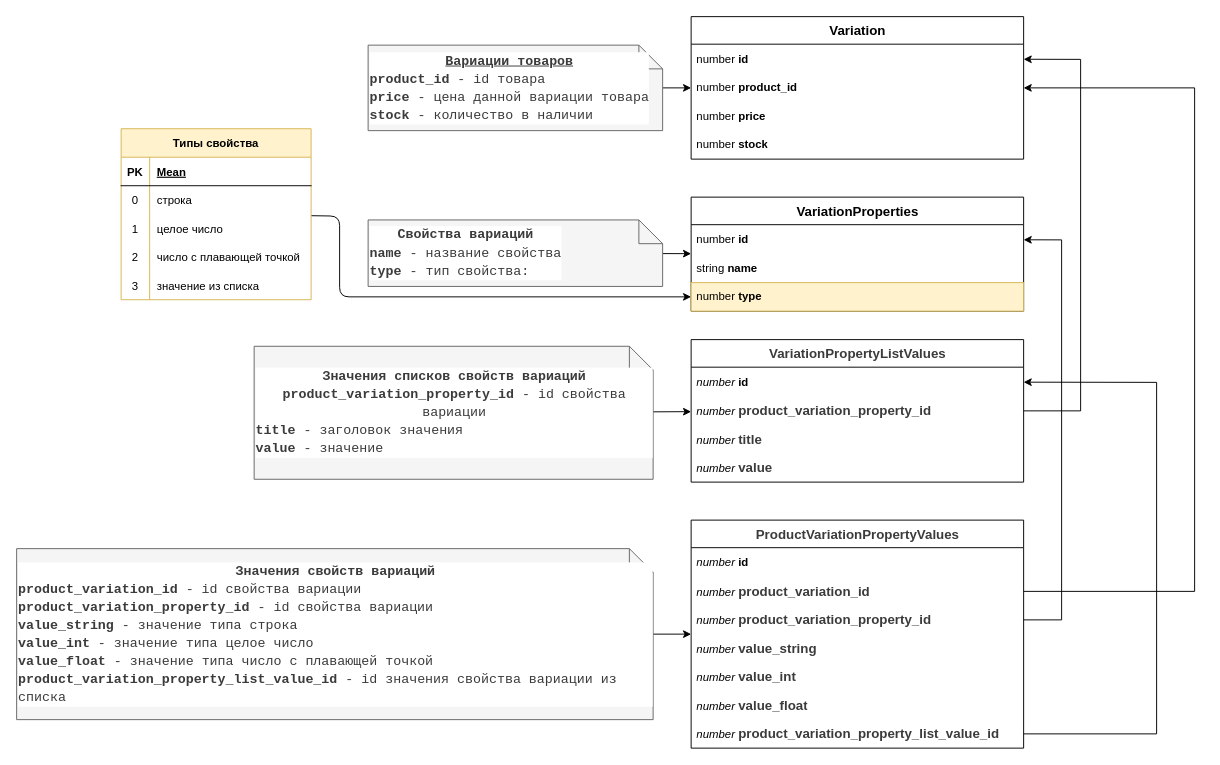
Above: api.drawio in paveltretyakovru/test-r-orm (draw.io), before the change. Source tidied: cells renumbered, new cells numbered last; positions are measured from the earlier drawing's top-left corner, leaving out a move shared by most shapes. Both pictures are drawn from the tidied source at 95%, with x=0, y=0 at pixel (16, 16).
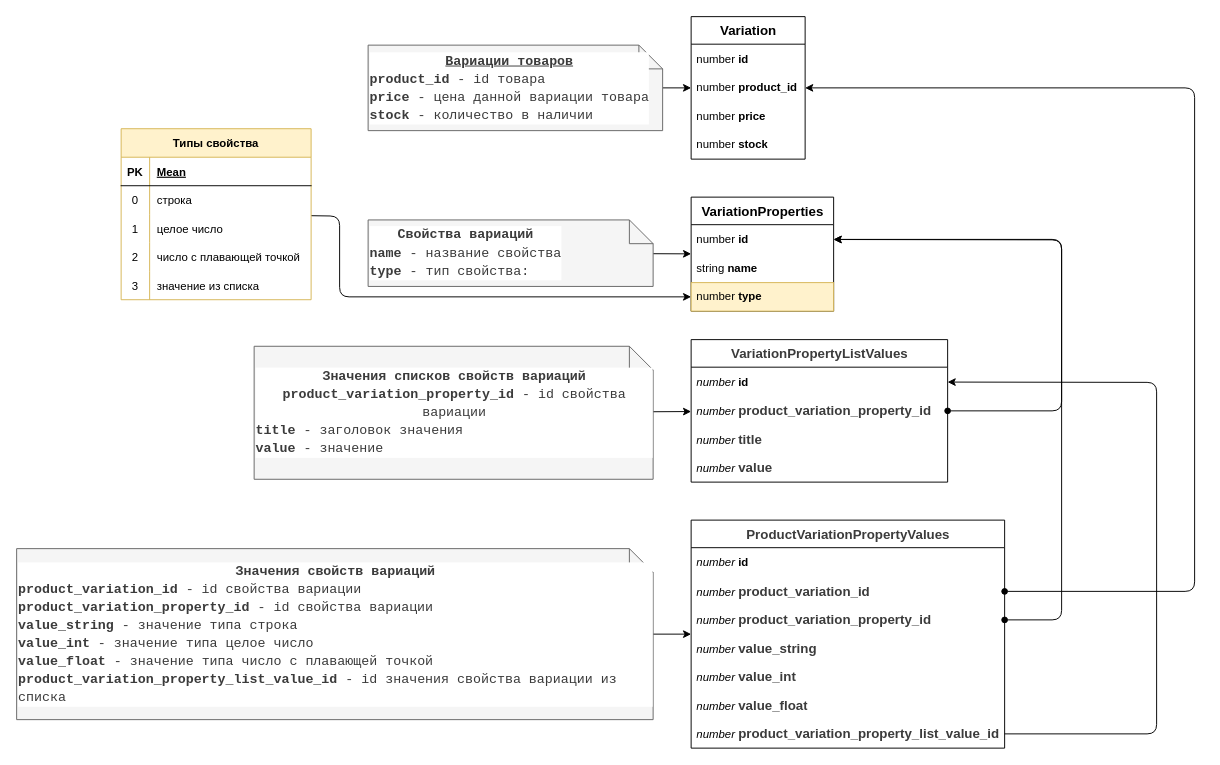
The same diagram, later.

Commit message (it also covers changes not shown here):
Обновлены uml схемы api

The edit, as a diff of the source:
```diff
@@
     <mxCell id="2" value="&lt;font style=&quot;font-size: 14px;&quot;&gt;Variation&lt;/font&gt;" style="swimlane;fontStyle=1;align=center;verticalAlign=middle;horizontal=1;startSize=29;html=1;" parent="1" vertex="1">
-      <mxGeometry x="710" width="350" height="150" as="geometry" />
+      <mxGeometry x="710" width="120" height="150" as="geometry" />
     </mxCell>
     <mxCell id="3" value="number &lt;b&gt;id&lt;/b&gt;" style="text;html=1;strokeColor=none;fillColor=none;align=left;verticalAlign=middle;spacingLeft=4;spacingRight=4;overflow=hidden;points=[[0,0.5],[1,0.5]];portConstraint=eastwest;" parent="2" vertex="1">
-      <mxGeometry y="29" width="350" height="31" as="geometry" />
+      <mxGeometry y="29" width="120" height="31" as="geometry" />
     </mxCell>
     <mxCell id="4" value="number &lt;b&gt;product_id&lt;/b&gt;&lt;span style=&quot;background-color: initial;&quot;&gt;&lt;br&gt;&lt;/span&gt;" style="text;html=1;strokeColor=none;fillColor=none;align=left;verticalAlign=middle;spacingLeft=4;spacingRight=4;overflow=hidden;points=[[0,0.5],[1,0.5]];portConstraint=eastwest;" parent="2" vertex="1">
-      <mxGeometry y="60" width="350" height="30" as="geometry" />
+      <mxGeometry y="60" width="120" height="30" as="geometry" />
     </mxCell>
     <mxCell id="5" value="number &lt;b&gt;price&lt;/b&gt;" style="text;html=1;strokeColor=none;fillColor=none;align=left;verticalAlign=middle;spacingLeft=4;spacingRight=4;overflow=hidden;" parent="2" vertex="1">
-      <mxGeometry y="90" width="350" height="30" as="geometry" />
+      <mxGeometry y="90" width="120" height="30" as="geometry" />
     </mxCell>
     <mxCell id="6" value="number &lt;b&gt;stock&lt;/b&gt;" style="text;html=1;strokeColor=none;fillColor=none;align=left;verticalAlign=middle;spacingLeft=4;spacingRight=4;overflow=hidden;" parent="2" vertex="1">
-      <mxGeometry y="120" width="350" height="30" as="geometry" />
+      <mxGeometry y="120" width="120" height="30" as="geometry" />
     </mxCell>
@@
     <mxCell id="9" value="&lt;font style=&quot;font-size: 14px;&quot;&gt;VariationProperties&lt;/font&gt;" style="swimlane;fontStyle=1;align=center;verticalAlign=middle;horizontal=1;startSize=29;html=1;" parent="1" vertex="1">
-      <mxGeometry x="710" y="190" width="350" height="120" as="geometry" />
+      <mxGeometry x="710" y="190" width="150" height="120" as="geometry" />
     </mxCell>
     <mxCell id="10" value="number &lt;b&gt;id&lt;/b&gt;" style="text;html=1;strokeColor=none;fillColor=none;align=left;verticalAlign=middle;spacingLeft=4;spacingRight=4;overflow=hidden;points=[[0,0.5],[1,0.5]];portConstraint=eastwest;" parent="9" vertex="1">
-      <mxGeometry y="29" width="350" height="31" as="geometry" />
+      <mxGeometry y="29" width="150" height="31" as="geometry" />
     </mxCell>
     <mxCell id="11" value="string&amp;nbsp;&lt;b&gt;name&lt;/b&gt;&lt;span style=&quot;background-color: initial;&quot;&gt;&lt;br&gt;&lt;/span&gt;" style="text;html=1;strokeColor=none;fillColor=none;align=left;verticalAlign=middle;spacingLeft=4;spacingRight=4;overflow=hidden;" parent="9" vertex="1">
-      <mxGeometry y="60" width="350" height="30" as="geometry" />
+      <mxGeometry y="60" width="150" height="30" as="geometry" />
     </mxCell>
-    <mxCell id="12" value="number &lt;b&gt;type&lt;/b&gt;" style="text;html=1;strokeColor=#d6b656;fillColor=#fff2cc;align=left;verticalAlign=middle;spacingLeft=4;spacingRight=4;overflow=hidden;points=[[0,0.5],[1,0.5]];portConstraint=eastwest;" parent="9" vertex="1">
-      <mxGeometry y="90" width="350" height="30" as="geometry" />
+    <mxCell id="12" value="&lt;font color=&quot;#000000&quot;&gt;number &lt;b&gt;type&lt;/b&gt;&lt;/font&gt;" style="text;html=1;strokeColor=#d6b656;fillColor=#fff2cc;align=left;verticalAlign=middle;spacingLeft=4;spacingRight=4;overflow=hidden;points=[[0,0.5],[1,0.5]];portConstraint=eastwest;" parent="9" vertex="1">
+      <mxGeometry y="90" width="150" height="30" as="geometry" />
     </mxCell>
@@
     <mxCell id="14" value="&lt;div style=&quot;color: rgb(59, 59, 59); background-color: rgb(255, 255, 255); font-family: Consolas, &amp;quot;Courier New&amp;quot;, monospace; font-size: 14px; line-height: 19px;&quot;&gt;&lt;div&gt;&lt;div style=&quot;text-align: center; line-height: 19px;&quot;&gt;&lt;span style=&quot;text-align: left;&quot;&gt;&lt;b&gt;Свойства вариаций&lt;/b&gt;&lt;/span&gt;&lt;/div&gt;&lt;div style=&quot;text-align: center; line-height: 19px;&quot;&gt;&lt;b style=&quot;text-align: left;&quot;&gt;name &lt;/b&gt;&lt;span style=&quot;text-align: left;&quot;&gt;- название свойства&lt;/span&gt;&lt;br&gt;&lt;/div&gt;&lt;/div&gt;&lt;div style=&quot;&quot;&gt;&lt;div style=&quot;line-height: 19px;&quot;&gt;&lt;div&gt;&lt;b&gt;type &lt;/b&gt;- тип свойства:&lt;/div&gt;&lt;/div&gt;&lt;/div&gt;&lt;/div&gt;" style="shape=note2;boundedLbl=1;whiteSpace=wrap;html=1;size=25;verticalAlign=middle;align=left;fontStyle=0;fillColor=#f5f5f5;fontColor=#333333;strokeColor=#666666;" parent="1" vertex="1">
-      <mxGeometry x="370" y="214" width="310" height="70" as="geometry" />
+      <mxGeometry x="370" y="214" width="300" height="70" as="geometry" />
     </mxCell>
@@
-    <mxCell id="16" value="Типы свойства" style="shape=table;startSize=30;childLayout=tableLayout;rowLines=0;fontStyle=1;align=center;fillColor=#fff2cc;strokeColor=#d6b656;" parent="1" vertex="1">
+    <mxCell id="16" value="Типы свойства" style="shape=table;startSize=30;childLayout=tableLayout;rowLines=0;fontStyle=1;align=center;fillColor=#fff2cc;strokeColor=#d6b656;fontColor=#000000;" parent="1" vertex="1">
       <mxGeometry x="110" y="118" width="200" height="180" as="geometry" />
     </mxCell>
@@
     <mxCell id="32" value="&lt;div style=&quot;color: rgb(59, 59, 59); background-color: rgb(255, 255, 255); font-size: 14px; line-height: 19px;&quot;&gt;VariationPropertyListValues&lt;/div&gt;" style="swimlane;fontStyle=1;align=center;verticalAlign=middle;horizontal=1;startSize=29;html=1;fontFamily=Helvetica;" parent="1" vertex="1">
-      <mxGeometry x="710" y="340" width="350" height="150" as="geometry" />
+      <mxGeometry x="710" y="340" width="270" height="150" as="geometry" />
     </mxCell>
     <mxCell id="33" value="&lt;i&gt;number&lt;/i&gt; &lt;b&gt;id&lt;/b&gt;" style="text;html=1;strokeColor=none;fillColor=none;align=left;verticalAlign=middle;spacingLeft=4;spacingRight=4;overflow=hidden;points=[[0,0.5],[1,0.5]];portConstraint=eastwest;" parent="32" vertex="1">
-      <mxGeometry y="29" width="350" height="31" as="geometry" />
+      <mxGeometry y="29" width="270" height="31" as="geometry" />
     </mxCell>
     <mxCell id="34" value="&lt;i&gt;number&amp;nbsp;&lt;/i&gt;&lt;span style=&quot;background-color: rgb(255, 255, 255); color: rgb(59, 59, 59); font-size: 14px;&quot;&gt;&lt;b&gt;product_variation_property_id&lt;/b&gt;&lt;/span&gt;" style="text;html=1;strokeColor=none;fillColor=none;align=left;verticalAlign=middle;spacingLeft=4;spacingRight=4;overflow=hidden;points=[[0,0.5],[1,0.5]];portConstraint=eastwest;fontFamily=Helvetica;" parent="32" vertex="1">
-      <mxGeometry y="60" width="350" height="30" as="geometry" />
+      <mxGeometry y="60" width="270" height="30" as="geometry" />
     </mxCell>
     <mxCell id="35" value="&lt;i&gt;number&lt;/i&gt;&amp;nbsp;&lt;span style=&quot;background-color: rgb(255, 255, 255); color: rgb(59, 59, 59); font-size: 14px;&quot;&gt;&lt;b style=&quot;&quot;&gt;title&lt;/b&gt;&lt;/span&gt;" style="text;html=1;strokeColor=none;fillColor=none;align=left;verticalAlign=middle;spacingLeft=4;spacingRight=4;overflow=hidden;" parent="32" vertex="1">
-      <mxGeometry y="90" width="350" height="30" as="geometry" />
+      <mxGeometry y="90" width="270" height="30" as="geometry" />
     </mxCell>
     <mxCell id="36" value="&lt;i&gt;number&lt;/i&gt;&amp;nbsp;&lt;span style=&quot;background-color: rgb(255, 255, 255); color: rgb(59, 59, 59); font-size: 14px;&quot;&gt;&lt;b style=&quot;&quot;&gt;value&lt;/b&gt;&lt;/span&gt;" style="text;html=1;strokeColor=none;fillColor=none;align=left;verticalAlign=middle;spacingLeft=4;spacingRight=4;overflow=hidden;" parent="32" vertex="1">
-      <mxGeometry y="120" width="350" height="30" as="geometry" />
+      <mxGeometry y="120" width="270" height="30" as="geometry" />
     </mxCell>
@@
     <mxCell id="39" value="&lt;div style=&quot;color: rgb(59, 59, 59); background-color: rgb(255, 255, 255); font-size: 14px; line-height: 19px;&quot;&gt;&lt;div style=&quot;line-height: 19px;&quot;&gt;&lt;div style=&quot;line-height: 19px;&quot;&gt;ProductVariationPropertyValues&lt;/div&gt;&lt;/div&gt;&lt;/div&gt;" style="swimlane;fontStyle=1;align=center;verticalAlign=middle;horizontal=1;startSize=29;html=1;fontFamily=Helvetica;" parent="1" vertex="1">
-      <mxGeometry x="710" y="530" width="350" height="240" as="geometry" />
+      <mxGeometry x="710" y="530" width="330" height="240" as="geometry" />
     </mxCell>
     <mxCell id="40" value="&lt;i&gt;number&lt;/i&gt; &lt;b&gt;id&lt;/b&gt;" style="text;html=1;strokeColor=none;fillColor=none;align=left;verticalAlign=middle;spacingLeft=4;spacingRight=4;overflow=hidden;" parent="39" vertex="1">
-      <mxGeometry y="29" width="350" height="31" as="geometry" />
+      <mxGeometry y="29" width="330" height="31" as="geometry" />
     </mxCell>
     <mxCell id="41" value="&lt;i&gt;number&amp;nbsp;&lt;/i&gt;&lt;span style=&quot;background-color: rgb(255, 255, 255); color: rgb(59, 59, 59); font-size: 14px;&quot;&gt;&lt;b&gt;product_variation_id&lt;/b&gt;&lt;/span&gt;" style="text;html=1;strokeColor=none;fillColor=none;align=left;verticalAlign=middle;spacingLeft=4;spacingRight=4;overflow=hidden;points=[[0,0.5],[1,0.5]];portConstraint=eastwest;fontFamily=Helvetica;" parent="39" vertex="1">
-      <mxGeometry y="60" width="350" height="30" as="geometry" />
+      <mxGeometry y="60" width="330" height="30" as="geometry" />
     </mxCell>
     <mxCell id="42" value="&lt;i&gt;number&amp;nbsp;&lt;/i&gt;&lt;span style=&quot;background-color: rgb(255, 255, 255); color: rgb(59, 59, 59); font-size: 14px;&quot;&gt;&lt;b&gt;product_variation_property_id&lt;/b&gt;&lt;/span&gt;" style="text;html=1;strokeColor=none;fillColor=none;align=left;verticalAlign=middle;spacingLeft=4;spacingRight=4;overflow=hidden;points=[[0,0.5],[1,0.5]];portConstraint=eastwest;fontFamily=Helvetica;" parent="39" vertex="1">
-      <mxGeometry y="90" width="350" height="30" as="geometry" />
+      <mxGeometry y="90" width="330" height="30" as="geometry" />
     </mxCell>
     <mxCell id="43" value="&lt;i&gt;number&lt;/i&gt;&amp;nbsp;&lt;span style=&quot;background-color: rgb(255, 255, 255); color: rgb(59, 59, 59); font-size: 14px;&quot;&gt;&lt;b style=&quot;&quot;&gt;value_string&lt;/b&gt;&lt;/span&gt;" style="text;html=1;strokeColor=none;fillColor=none;align=left;verticalAlign=middle;spacingLeft=4;spacingRight=4;overflow=hidden;" parent="39" vertex="1">
-      <mxGeometry y="120" width="350" height="30" as="geometry" />
+      <mxGeometry y="120" width="330" height="30" as="geometry" />
     </mxCell>
     <mxCell id="44" value="&lt;i&gt;number&lt;/i&gt;&amp;nbsp;&lt;span style=&quot;background-color: rgb(255, 255, 255); color: rgb(59, 59, 59); font-size: 14px;&quot;&gt;&lt;b style=&quot;&quot;&gt;value_int&lt;/b&gt;&lt;/span&gt;" style="text;html=1;strokeColor=none;fillColor=none;align=left;verticalAlign=middle;spacingLeft=4;spacingRight=4;overflow=hidden;" parent="39" vertex="1">
-      <mxGeometry y="150" width="350" height="30" as="geometry" />
+      <mxGeometry y="150" width="330" height="30" as="geometry" />
     </mxCell>
     <mxCell id="45" value="&lt;i&gt;number&lt;/i&gt;&amp;nbsp;&lt;span style=&quot;background-color: rgb(255, 255, 255); color: rgb(59, 59, 59); font-size: 14px;&quot;&gt;&lt;b style=&quot;&quot;&gt;value_float&lt;/b&gt;&lt;/span&gt;" style="text;html=1;strokeColor=none;fillColor=none;align=left;verticalAlign=middle;spacingLeft=4;spacingRight=4;overflow=hidden;" parent="39" vertex="1">
-      <mxGeometry y="180" width="350" height="30" as="geometry" />
+      <mxGeometry y="180" width="330" height="30" as="geometry" />
     </mxCell>
     <mxCell id="46" value="&lt;i&gt;number&lt;/i&gt;&amp;nbsp;&lt;span style=&quot;background-color: rgb(255, 255, 255); color: rgb(59, 59, 59); font-size: 14px;&quot;&gt;&lt;b&gt;product_variation_property_list_value_id&lt;/b&gt;&lt;/span&gt;" style="text;html=1;strokeColor=none;fillColor=none;align=left;verticalAlign=middle;spacingLeft=4;spacingRight=4;overflow=hidden;points=[[0,0.5],[1,0.5]];portConstraint=eastwest;" parent="39" vertex="1">
-      <mxGeometry y="210" width="350" height="30" as="geometry" />
+      <mxGeometry y="210" width="330" height="30" as="geometry" />
     </mxCell>
@@
-    <mxCell id="49" style="edgeStyle=none;html=1;fontFamily=Helvetica;fontSize=14;rounded=0;" parent="1" edge="1" source="34" target="3">
-      <mxGeometry relative="1" as="geometry">
-        <Array as="points">
-          <mxPoint x="1120" y="415" />
-          <mxPoint x="1120" y="45" />
-        </Array>
-      </mxGeometry>
-    </mxCell>
-    <mxCell id="50" style="edgeStyle=none;rounded=0;html=1;fontFamily=Helvetica;fontSize=14;" parent="1" edge="1" source="42" target="10">
+    <mxCell id="50" style="edgeStyle=none;rounded=1;html=1;fontFamily=Helvetica;fontSize=14;startArrow=oval;startFill=1;" parent="1" edge="1" source="42" target="10">
       <mxGeometry relative="1" as="geometry">
         <Array as="points">
           <mxPoint x="1100" y="635" />
           <mxPoint x="1100" y="235" />
         </Array>
       </mxGeometry>
     </mxCell>
-    <mxCell id="51" style="edgeStyle=none;rounded=0;html=1;fontFamily=Helvetica;fontSize=14;" parent="1" edge="1" source="41" target="4">
+    <mxCell id="51" style="edgeStyle=none;rounded=1;html=1;fontFamily=Helvetica;fontSize=14;startArrow=oval;startFill=1;" parent="1" edge="1" source="41" target="4">
       <mxGeometry relative="1" as="geometry">
         <Array as="points">
           <mxPoint x="1240" y="605" />
           <mxPoint x="1240" y="75" />
         </Array>
       </mxGeometry>
     </mxCell>
-    <mxCell id="52" style="edgeStyle=none;rounded=0;html=1;fontFamily=Helvetica;fontSize=14;" parent="1" edge="1" source="46" target="33">
+    <mxCell id="52" style="edgeStyle=none;rounded=1;html=1;fontFamily=Helvetica;fontSize=14;" parent="1" edge="1" source="46" target="33">
       <mxGeometry relative="1" as="geometry">
         <Array as="points">
           <mxPoint x="1200" y="755" />
           <mxPoint x="1200" y="385" />
         </Array>
       </mxGeometry>
     </mxCell>
+    <mxCell id="53" style="edgeStyle=orthogonalEdgeStyle;html=1;exitX=1;exitY=0.5;exitDx=0;exitDy=0;entryX=1;entryY=0.5;entryDx=0;entryDy=0;fontColor=#000000;startArrow=oval;startFill=1;" parent="1" edge="1" source="34" target="10">
+      <mxGeometry relative="1" as="geometry">
+        <Array as="points">
+          <mxPoint x="1100" y="415" />
+          <mxPoint x="1100" y="235" />
+        </Array>
+      </mxGeometry>
+    </mxCell>
```
